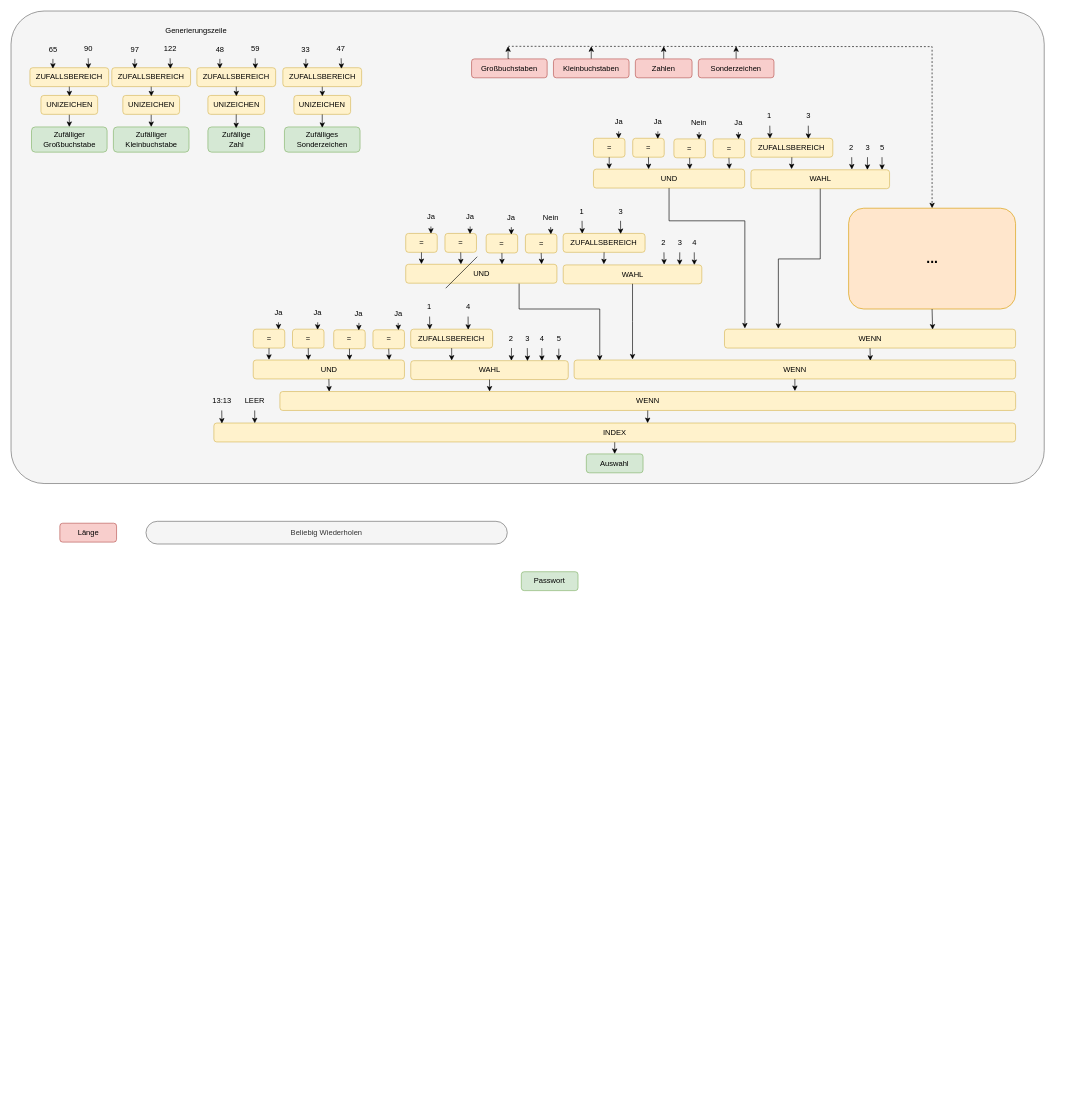
Before: Passwort Generator.drawio in Nikogenia/Draw, a draw.io diagram. Source tidied: cells renumbered, new cells numbered last; positions are measured from the earlier drawing's top-left corner, leaving out a move shared by most shapes. Both pictures are drawn from the tidied source at 63%, with x=0, y=0 at pixel (11, 11).
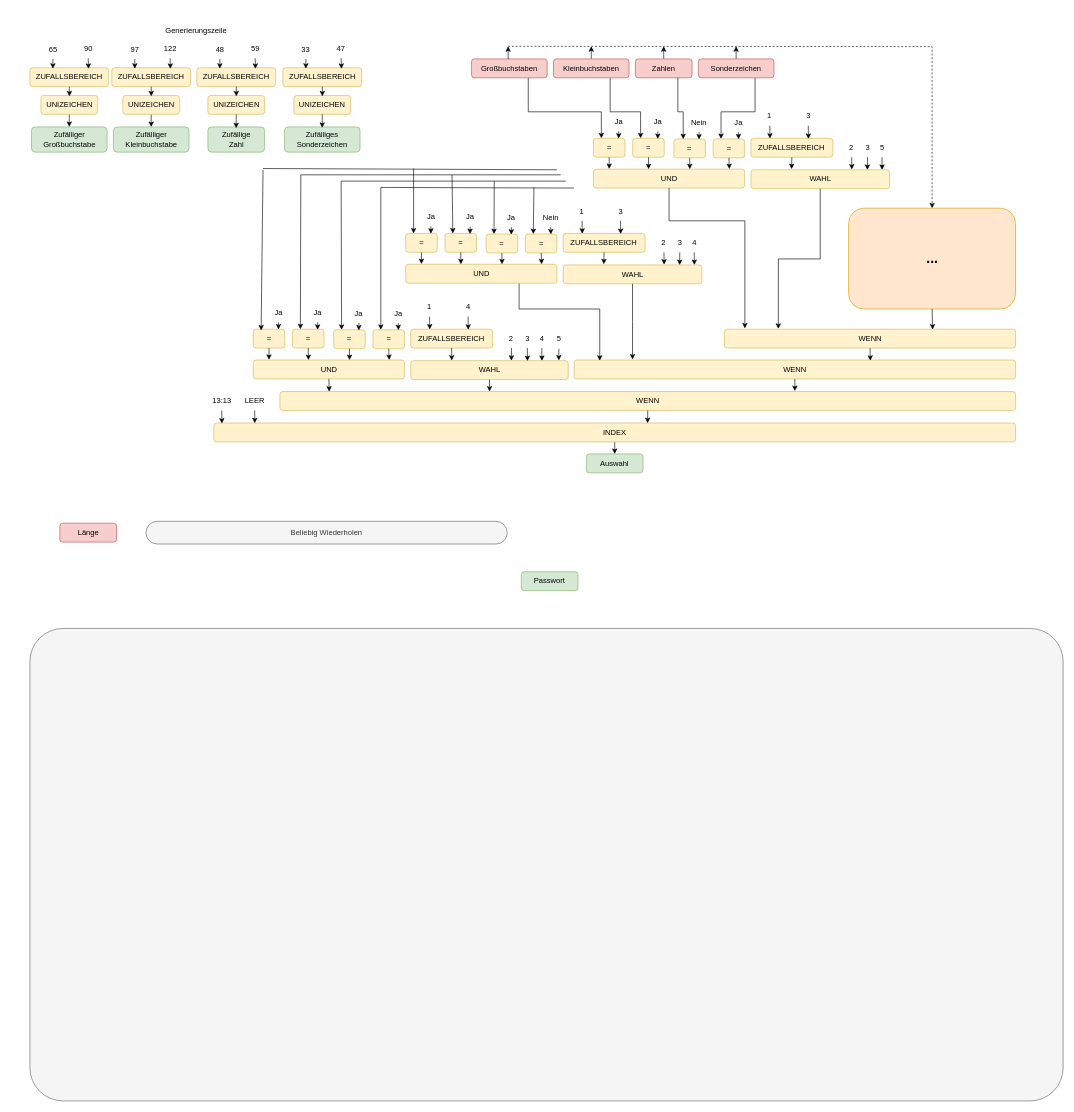
The same diagram, later.

Unchanged cells that the change refers to:
```xml
<mxCell id="10" value="Großbuchstaben" style="rounded=1;whiteSpace=wrap;html=1;fillColor=#f8cecc;strokeColor=#b85450;" parent="1" vertex="1">
  <mxGeometry x="731" y="76" width="120" height="30" as="geometry" />
</mxCell>
<mxCell id="12" value="Kleinbuchstaben" style="rounded=1;whiteSpace=wrap;html=1;fillColor=#f8cecc;strokeColor=#b85450;" parent="1" vertex="1">
  <mxGeometry x="861" y="76" width="120" height="30" as="geometry" />
</mxCell>
<mxCell id="14" value="Zahlen" style="rounded=1;whiteSpace=wrap;html=1;fillColor=#f8cecc;strokeColor=#b85450;" parent="1" vertex="1">
  <mxGeometry x="991" y="76" width="90" height="30" as="geometry" />
</mxCell>
<mxCell id="16" value="Sonderzeichen" style="rounded=1;whiteSpace=wrap;html=1;fillColor=#f8cecc;strokeColor=#b85450;" parent="1" vertex="1">
  <mxGeometry x="1091" y="76" width="120" height="30" as="geometry" />
</mxCell>
<mxCell id="68" value="=" style="rounded=1;whiteSpace=wrap;html=1;fillColor=#fff2cc;strokeColor=#d6b656;" parent="1" vertex="1">
  <mxGeometry x="446.8" y="505" width="50" height="30" as="geometry" />
</mxCell>
<mxCell id="70" value="=" style="rounded=1;whiteSpace=wrap;html=1;fillColor=#fff2cc;strokeColor=#d6b656;" parent="1" vertex="1">
  <mxGeometry x="512.2" y="506" width="50" height="30" as="geometry" />
</mxCell>
<mxCell id="72" value="=" style="rounded=1;whiteSpace=wrap;html=1;fillColor=#fff2cc;strokeColor=#d6b656;" parent="1" vertex="1">
  <mxGeometry x="574.5" y="506" width="50" height="30" as="geometry" />
</mxCell>
<mxCell id="99" value="=" style="rounded=1;whiteSpace=wrap;html=1;fillColor=#fff2cc;strokeColor=#d6b656;" parent="1" vertex="1">
  <mxGeometry x="626.5" y="353" width="50" height="30" as="geometry" />
</mxCell>
<mxCell id="101" value="=" style="rounded=1;whiteSpace=wrap;html=1;fillColor=#fff2cc;strokeColor=#d6b656;" parent="1" vertex="1">
  <mxGeometry x="688.8" y="353" width="50" height="30" as="geometry" />
</mxCell>
<mxCell id="103" value="=" style="rounded=1;whiteSpace=wrap;html=1;fillColor=#fff2cc;strokeColor=#d6b656;" parent="1" vertex="1">
  <mxGeometry x="754.2" y="354" width="50" height="30" as="geometry" />
</mxCell>
<mxCell id="105" value="=" style="rounded=1;whiteSpace=wrap;html=1;fillColor=#fff2cc;strokeColor=#d6b656;" parent="1" vertex="1">
  <mxGeometry x="816.5" y="354" width="50" height="30" as="geometry" />
</mxCell>
<mxCell id="130" value="=" style="rounded=1;whiteSpace=wrap;html=1;fillColor=#fff2cc;strokeColor=#d6b656;" parent="1" vertex="1">
  <mxGeometry x="924.5" y="202" width="50" height="30" as="geometry" />
</mxCell>
<mxCell id="132" value="=" style="rounded=1;whiteSpace=wrap;html=1;fillColor=#fff2cc;strokeColor=#d6b656;" parent="1" vertex="1">
  <mxGeometry x="986.8" y="202" width="50" height="30" as="geometry" />
</mxCell>
<mxCell id="134" value="=" style="rounded=1;whiteSpace=wrap;html=1;fillColor=#fff2cc;strokeColor=#d6b656;" parent="1" vertex="1">
  <mxGeometry x="1052.2" y="203" width="50" height="30" as="geometry" />
</mxCell>
<mxCell id="136" value="=" style="rounded=1;whiteSpace=wrap;html=1;fillColor=#fff2cc;strokeColor=#d6b656;" parent="1" vertex="1">
  <mxGeometry x="1114.5" y="203" width="50" height="30" as="geometry" />
</mxCell>
```

What changed in the source:
```diff
@@
     <mxCell id="2" style="rounded=1;whiteSpace=wrap;html=1;arcSize=7;fillColor=#f5f5f5;strokeColor=#666666;fontColor=#333333;" parent="1" vertex="1">
-      <mxGeometry width="1640" height="750" as="geometry" />
+      <mxGeometry x="30" y="980" width="1640" height="750" as="geometry" />
     </mxCell>
@@
+    <mxCell id="166" style="edgeStyle=orthogonalEdgeStyle;rounded=0;jettySize=auto;html=1;exitX=0.75;exitY=1;exitDx=0;exitDy=0;entryX=0.25;entryY=0;entryDx=0;entryDy=0;" parent="1" edge="1" source="10" target="130">
+      <mxGeometry relative="1" as="geometry">
+        <Array as="points">
+          <mxPoint x="821" y="160" />
+          <mxPoint x="937" y="160" />
+        </Array>
+      </mxGeometry>
+    </mxCell>
@@
+    <mxCell id="167" style="edgeStyle=orthogonalEdgeStyle;rounded=0;jettySize=auto;html=1;exitX=0.75;exitY=1;exitDx=0;exitDy=0;entryX=0.25;entryY=0;entryDx=0;entryDy=0;" parent="1" edge="1" source="12" target="132">
+      <mxGeometry relative="1" as="geometry">
+        <Array as="points">
+          <mxPoint x="951" y="160" />
+          <mxPoint x="999" y="160" />
+        </Array>
+      </mxGeometry>
+    </mxCell>
@@
+    <mxCell id="168" style="edgeStyle=orthogonalEdgeStyle;rounded=0;jettySize=auto;html=1;exitX=0.75;exitY=1;exitDx=0;exitDy=0;entryX=0.25;entryY=0;entryDx=0;entryDy=0;" parent="1" edge="1" source="16" target="136">
+      <mxGeometry relative="1" as="geometry">
+        <Array as="points">
+          <mxPoint x="1181" y="160" />
+          <mxPoint x="1127" y="160" />
+        </Array>
+      </mxGeometry>
+    </mxCell>
@@
     <mxCell id="165" style="endArrow=none;html=1;rounded=0;" parent="1" edge="1">
       <mxGeometry relative="1" as="geometry">
-        <mxPoint x="690" y="440" as="sourcePoint" />
-        <mxPoint x="740" y="390" as="targetPoint" />
+        <mxPoint x="400" y="250" as="sourcePoint" />
+        <mxPoint x="866.5" y="252" as="targetPoint" />
       </mxGeometry>
     </mxCell>
+    <mxCell id="169" style="edgeStyle=orthogonalEdgeStyle;rounded=0;jettySize=auto;html=1;exitX=0.75;exitY=1;exitDx=0;exitDy=0;entryX=0.295;entryY=0.011;entryDx=0;entryDy=0;entryPerimeter=0;" parent="1" edge="1" source="14" target="134">
+      <mxGeometry relative="1" as="geometry">
+        <Array as="points">
+          <mxPoint x="1058" y="160" />
+          <mxPoint x="1067" y="160" />
+        </Array>
+      </mxGeometry>
+    </mxCell>
+    <mxCell id="170" style="endArrow=none;html=1;rounded=0;" parent="1" edge="1">
+      <mxGeometry relative="1" as="geometry">
+        <mxPoint x="460" y="260" as="sourcePoint" />
+        <mxPoint x="872.5" y="260" as="targetPoint" />
+      </mxGeometry>
+    </mxCell>
+    <mxCell id="171" style="endArrow=none;html=1;rounded=0;" parent="1" edge="1">
+      <mxGeometry relative="1" as="geometry">
+        <mxPoint x="524" y="270" as="sourcePoint" />
+        <mxPoint x="880.5" y="270" as="targetPoint" />
+      </mxGeometry>
+    </mxCell>
+    <mxCell id="172" style="endArrow=none;html=1;rounded=0;" parent="1" edge="1">
+      <mxGeometry relative="1" as="geometry">
+        <mxPoint x="587" y="280" as="sourcePoint" />
+        <mxPoint x="893.5" y="281" as="targetPoint" />
+      </mxGeometry>
+    </mxCell>
+    <mxCell id="173" style="endArrow=classic;html=1;rounded=0;entryX=0.25;entryY=0;entryDx=0;entryDy=0;" parent="1" edge="1">
+      <mxGeometry relative="1" as="geometry">
+        <mxPoint x="400" y="252" as="sourcePoint" />
+        <mxPoint x="397" y="507" as="targetPoint" />
+      </mxGeometry>
+    </mxCell>
+    <mxCell id="174" style="endArrow=classic;html=1;rounded=0;entryX=0.25;entryY=0;entryDx=0;entryDy=0;" parent="1" edge="1" target="72">
+      <mxGeometry relative="1" as="geometry">
+        <mxPoint x="587" y="280" as="sourcePoint" />
+      </mxGeometry>
+    </mxCell>
+    <mxCell id="175" style="endArrow=classic;html=1;rounded=0;entryX=0.25;entryY=0;entryDx=0;entryDy=0;" parent="1" edge="1" target="70">
+      <mxGeometry relative="1" as="geometry">
+        <mxPoint x="524" y="270" as="sourcePoint" />
+      </mxGeometry>
+    </mxCell>
+    <mxCell id="176" style="endArrow=classic;html=1;rounded=0;entryX=0.25;entryY=0;entryDx=0;entryDy=0;" parent="1" edge="1" target="68">
+      <mxGeometry relative="1" as="geometry">
+        <mxPoint x="460" y="260" as="sourcePoint" />
+      </mxGeometry>
+    </mxCell>
+    <mxCell id="177" style="endArrow=classic;html=1;rounded=0;entryX=0.25;entryY=0;entryDx=0;entryDy=0;" parent="1" edge="1" target="105">
+      <mxGeometry relative="1" as="geometry">
+        <mxPoint x="830" y="280" as="sourcePoint" />
+      </mxGeometry>
+    </mxCell>
+    <mxCell id="178" style="endArrow=classic;html=1;rounded=0;entryX=0.25;entryY=0;entryDx=0;entryDy=0;" parent="1" edge="1" target="103">
+      <mxGeometry relative="1" as="geometry">
+        <mxPoint x="767" y="270" as="sourcePoint" />
+      </mxGeometry>
+    </mxCell>
+    <mxCell id="179" style="endArrow=classic;html=1;rounded=0;entryX=0.25;entryY=0;entryDx=0;entryDy=0;" parent="1" edge="1" target="101">
+      <mxGeometry relative="1" as="geometry">
+        <mxPoint x="700" y="260" as="sourcePoint" />
+      </mxGeometry>
+    </mxCell>
+    <mxCell id="180" style="endArrow=classic;html=1;rounded=0;entryX=0.25;entryY=0;entryDx=0;entryDy=0;" parent="1" edge="1" target="99">
+      <mxGeometry relative="1" as="geometry">
+        <mxPoint x="639" y="250" as="sourcePoint" />
+      </mxGeometry>
+    </mxCell>
```
